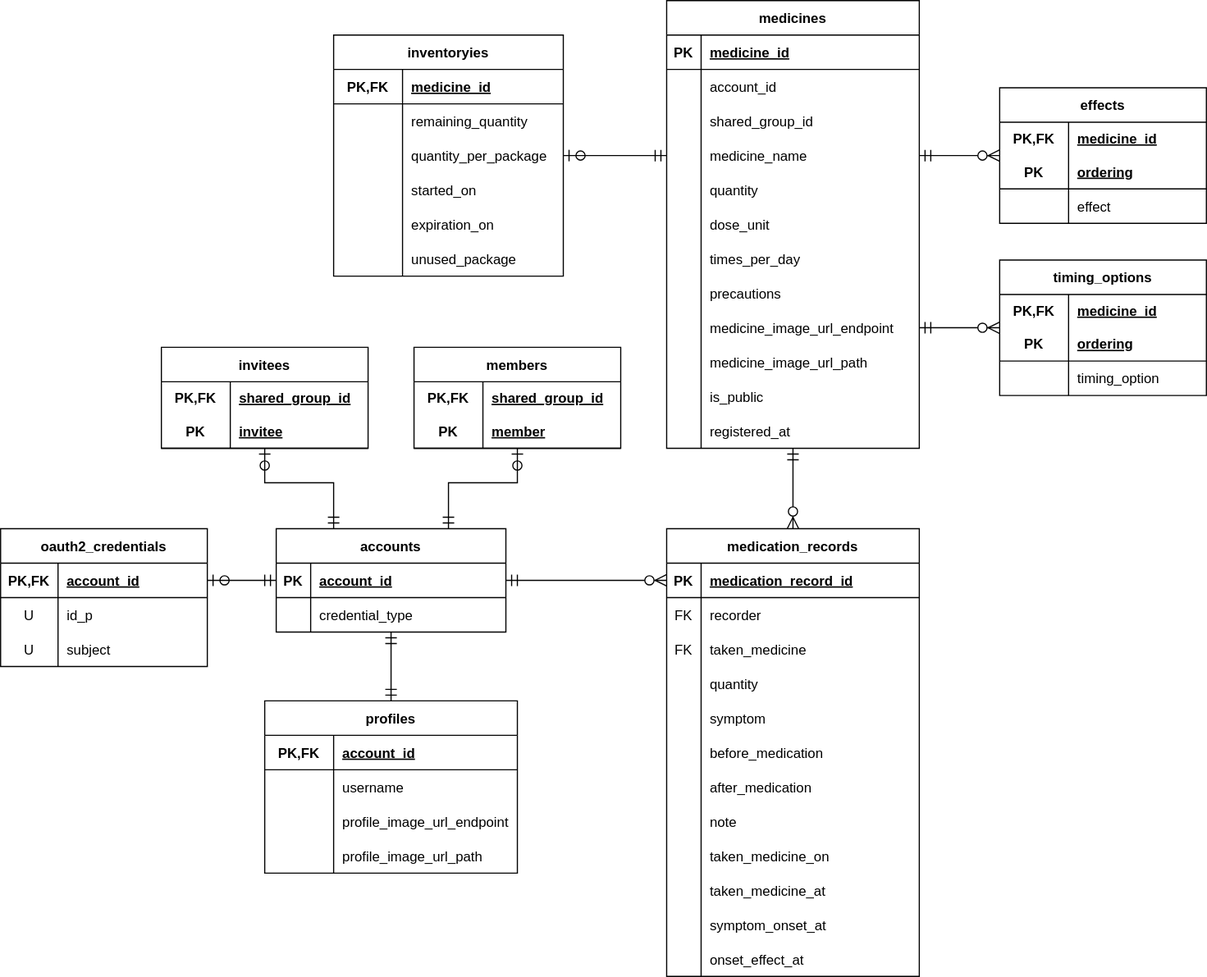
The draw.io diagram docs/er.svg in hiroe-mkk/medicine-diary-webapp, before a commit. Source tidied: cells renumbered, new cells last; positions are measured from the earlier drawing's top-left corner, leaving out a move shared by most shapes.
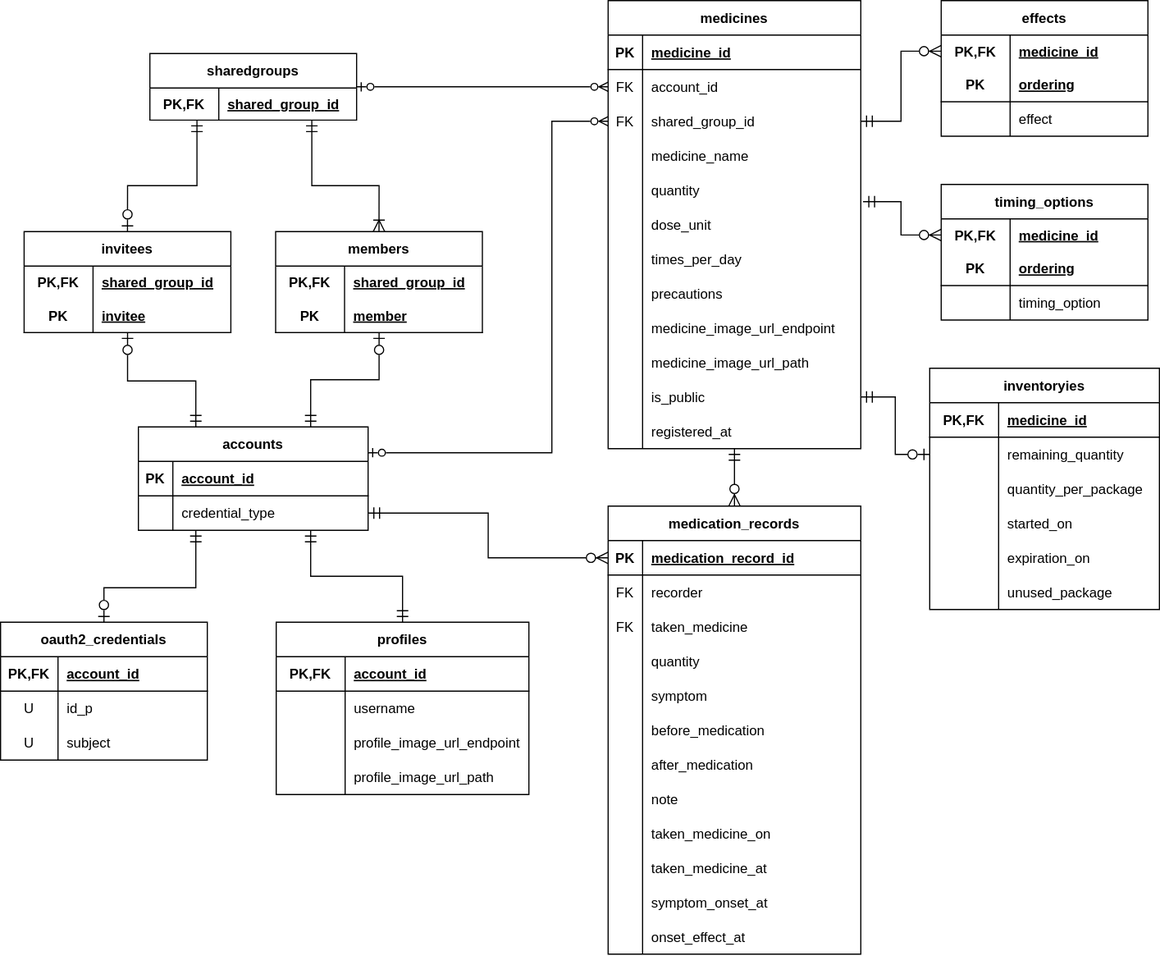
The same diagram one commit later.

What changed in the source:
```diff
@@ -2,11 +2,16 @@
   <root>
     <mxCell id="0" />
     <mxCell id="1" parent="0" />
-    <mxCell id="2" style="rounded=0;jettySize=auto;html=1;endFill=0;endArrow=ERmandOne;endSize=8;startFill=0;startArrow=ERzeroToOne;startSize=8;entryX=0;entryY=0.5;entryDx=0;entryDy=0;exitX=1;exitY=0.5;exitDx=0;exitDy=0;" parent="1" edge="1" source="130" target="4">
-      <mxGeometry relative="1" as="geometry" />
+    <mxCell id="2" style="rounded=0;jettySize=auto;html=1;endFill=0;endArrow=ERmandOne;endSize=8;startFill=0;startArrow=ERzeroToOne;startSize=8;exitX=0.5;exitY=0;exitDx=0;exitDy=0;edgeStyle=orthogonalEdgeStyle;" parent="1" edge="1" source="129" target="3">
+      <mxGeometry relative="1" as="geometry">
+        <Array as="points">
+          <mxPoint x="101" y="531" />
+          <mxPoint x="181" y="531" />
+        </Array>
+      </mxGeometry>
     </mxCell>
     <mxCell id="3" value="accounts" style="shape=table;startSize=30;rowLines=0;fontStyle=1;align=center;" parent="1" vertex="1">
-      <mxGeometry x="240" y="460" width="200" height="90" as="geometry" />
+      <mxGeometry x="131" y="391" width="200" height="90" as="geometry" />
     </mxCell>
     <mxCell id="4" style="shape=partialRectangle;fillColor=none;top=0;left=0;bottom=1;right=0;points=[[0,0.5],[1,0.5]];portConstraint=eastwest;" parent="3" vertex="1">
       <mxGeometry y="30" width="200" height="30" as="geometry" />
@@ -30,7 +35,7 @@
       <mxGeometry relative="1" as="geometry" />
     </mxCell>
     <mxCell id="11" value="medicines" style="shape=table;startSize=30;rowLines=0;fontStyle=1;align=center;" parent="1" vertex="1">
-      <mxGeometry x="580" width="220" height="390" as="geometry" />
+      <mxGeometry x="540" y="20" width="220" height="390" as="geometry" />
     </mxCell>
     <mxCell id="12" style="shape=partialRectangle;fillColor=none;top=0;left=0;bottom=1;right=0;" parent="11" vertex="1">
       <mxGeometry y="30" width="220" height="30" as="geometry" />
@@ -44,7 +49,7 @@
     <mxCell id="15" style="shape=partialRectangle;fillColor=none;top=0;left=0;bottom=0;right=0;points=[[0,0.5],[1,0.5]];portConstraint=eastwest;" parent="11" vertex="1">
       <mxGeometry y="60" width="220" height="30" as="geometry" />
     </mxCell>
-    <mxCell id="16" style="shape=partialRectangle;fillColor=none;top=0;left=0;bottom=0;right=0;overflow=hidden;" parent="15" vertex="1">
+    <mxCell id="16" value="FK" style="shape=partialRectangle;fillColor=none;top=0;left=0;bottom=0;right=0;overflow=hidden;fontStyle=0;" parent="15" vertex="1">
       <mxGeometry width="30" height="30" as="geometry" />
     </mxCell>
     <mxCell id="17" value="account_id" style="shape=partialRectangle;fillColor=none;top=0;left=0;bottom=0;right=0;align=left;spacingLeft=6;overflow=hidden;" parent="15" vertex="1">
@@ -53,7 +58,7 @@
     <mxCell id="18" style="shape=partialRectangle;fillColor=none;top=0;left=0;bottom=0;right=0;points=[[0,0.5],[1,0.5]];portConstraint=eastwest;" parent="11" vertex="1">
       <mxGeometry y="90" width="220" height="30" as="geometry" />
     </mxCell>
-    <mxCell id="19" style="shape=partialRectangle;fillColor=none;top=0;left=0;bottom=0;right=0;fontStyle=0;overflow=hidden;" parent="18" vertex="1">
+    <mxCell id="19" value="FK" style="shape=partialRectangle;fillColor=none;top=0;left=0;bottom=0;right=0;fontStyle=0;overflow=hidden;" parent="18" vertex="1">
       <mxGeometry width="30" height="30" as="geometry" />
     </mxCell>
     <mxCell id="20" value="shared_group_id" style="shape=partialRectangle;fillColor=none;top=0;left=0;bottom=0;right=0;align=left;spacingLeft=6;fontStyle=0;overflow=hidden;" parent="18" vertex="1">
@@ -141,7 +146,7 @@
       <mxGeometry x="30" width="190" height="30" as="geometry" />
     </mxCell>
     <mxCell id="48" value="timing_options" style="shape=table;startSize=30;rowLines=0;fontStyle=1;align=center;" parent="1" vertex="1">
-      <mxGeometry x="870" y="226" width="180" height="118" as="geometry" />
+      <mxGeometry x="830" y="180" width="180" height="118" as="geometry" />
     </mxCell>
     <mxCell id="49" style="shape=partialRectangle;fillColor=none;top=0;left=0;bottom=0;right=0;points=[[0,0.5],[1,0.5]];portConstraint=eastwest;" parent="48" vertex="1">
       <mxGeometry y="30" width="180" height="28" as="geometry" />
@@ -170,14 +175,14 @@
     <mxCell id="57" value="timing_option" style="shape=partialRectangle;fillColor=none;top=0;left=0;bottom=0;right=0;align=left;spacingLeft=6;fontStyle=0;overflow=hidden;" parent="55" vertex="1">
       <mxGeometry x="60" width="120" height="30" as="geometry" />
     </mxCell>
-    <mxCell id="58" style="rounded=0;jettySize=auto;html=1;endFill=0;endArrow=ERmandOne;endSize=8;startFill=1;startArrow=ERzeroToMany;startSize=8;entryX=1;entryY=0.5;entryDx=0;entryDy=0;" parent="1" edge="1" source="48" target="36">
+    <mxCell id="58" style="rounded=0;jettySize=auto;html=1;endFill=0;endArrow=ERmandOne;endSize=8;startFill=1;startArrow=ERzeroToMany;startSize=8;exitX=0;exitY=0.5;exitDx=0;exitDy=0;edgeStyle=orthogonalEdgeStyle;entryX=1.009;entryY=-0.167;entryDx=0;entryDy=0;entryPerimeter=0;" parent="1" edge="1" source="49" target="27">
       <mxGeometry relative="1" as="geometry" />
     </mxCell>
-    <mxCell id="59" style="rounded=0;jettySize=auto;html=1;endFill=0;endArrow=ERmandOne;endSize=8;startFill=1;startArrow=ERzeroToMany;startSize=8;entryX=1;entryY=0.5;entryDx=0;entryDy=0;" parent="1" edge="1" source="97" target="21">
+    <mxCell id="59" style="rounded=0;jettySize=auto;html=1;endFill=0;endArrow=ERmandOne;endSize=8;startFill=1;startArrow=ERzeroToMany;startSize=8;exitX=0;exitY=0.5;exitDx=0;exitDy=0;edgeStyle=orthogonalEdgeStyle;entryX=1;entryY=0.5;entryDx=0;entryDy=0;" parent="1" edge="1" source="98" target="18">
       <mxGeometry relative="1" as="geometry" />
     </mxCell>
     <mxCell id="60" value="medication_records" style="shape=table;startSize=30;rowLines=0;fontStyle=1;align=center;" parent="1" vertex="1">
-      <mxGeometry x="580" y="460" width="220" height="390" as="geometry" />
+      <mxGeometry x="540" y="460" width="220" height="390" as="geometry" />
     </mxCell>
     <mxCell id="61" style="shape=partialRectangle;fillColor=none;top=0;left=0;bottom=1;right=0;points=[[0,0.5],[1,0.5]];portConstraint=eastwest;" parent="60" vertex="1">
       <mxGeometry y="30" width="220" height="30" as="geometry" />
@@ -288,7 +293,7 @@
       <mxGeometry x="30" width="190" height="30" as="geometry" />
     </mxCell>
     <mxCell id="97" value="effects" style="shape=table;startSize=30;rowLines=0;fontStyle=1;align=center;" parent="1" vertex="1">
-      <mxGeometry x="870" y="76" width="180" height="118" as="geometry" />
+      <mxGeometry x="830" y="20" width="180" height="118" as="geometry" />
     </mxCell>
     <mxCell id="98" style="shape=partialRectangle;fillColor=none;top=0;left=0;bottom=0;right=0;points=[[0,0.5],[1,0.5]];portConstraint=eastwest;" parent="97" vertex="1">
       <mxGeometry y="30" width="180" height="28" as="geometry" />
@@ -317,11 +322,16 @@
     <mxCell id="106" value="effect" style="shape=partialRectangle;fillColor=none;top=0;left=0;bottom=0;right=0;align=left;spacingLeft=6;fontStyle=0;overflow=hidden;" parent="104" vertex="1">
       <mxGeometry x="60" width="120" height="30" as="geometry" />
     </mxCell>
-    <mxCell id="107" style="rounded=0;jettySize=auto;html=1;endFill=0;endArrow=ERmandOne;endSize=8;startFill=0;startArrow=ERmandOne;startSize=8;exitX=0.5;exitY=0;exitDx=0;exitDy=0;" parent="1" edge="1" source="108" target="3">
-      <mxGeometry relative="1" as="geometry" />
+    <mxCell id="107" style="rounded=0;jettySize=auto;html=1;endFill=0;endArrow=ERmandOne;endSize=8;startFill=0;startArrow=ERmandOne;startSize=8;exitX=0.5;exitY=0;exitDx=0;exitDy=0;edgeStyle=orthogonalEdgeStyle;" parent="1" edge="1" source="108" target="3">
+      <mxGeometry relative="1" as="geometry">
+        <Array as="points">
+          <mxPoint x="361" y="521" />
+          <mxPoint x="281" y="521" />
+        </Array>
+      </mxGeometry>
     </mxCell>
     <mxCell id="108" value="profiles" style="shape=table;startSize=30;rowLines=0;fontStyle=1;align=center;" parent="1" vertex="1">
-      <mxGeometry x="230" y="610" width="220" height="150" as="geometry" />
+      <mxGeometry x="251" y="561" width="220" height="150" as="geometry" />
     </mxCell>
     <mxCell id="109" style="shape=partialRectangle;fillColor=none;top=0;left=0;bottom=1;right=0;" parent="108" vertex="1">
       <mxGeometry y="30" width="220" height="30" as="geometry" />
@@ -359,16 +369,11 @@
     <mxCell id="120" value="profile_image_url_path" style="shape=partialRectangle;fillColor=none;top=0;left=0;bottom=0;right=0;align=left;spacingLeft=6;overflow=hidden;labelBackgroundColor=none;" parent="118" vertex="1">
       <mxGeometry x="60" width="160" height="30" as="geometry" />
     </mxCell>
-    <mxCell id="121" style="edgeStyle=orthogonalEdgeStyle;rounded=0;jettySize=auto;html=1;entryX=0.75;entryY=0;entryDx=0;entryDy=0;endFill=0;endArrow=ERmandOne;endSize=8;startFill=0;startArrow=ERzeroToOne;startSize=8;" parent="1" edge="1" source="122" target="3">
-      <mxGeometry relative="1" as="geometry">
-        <Array as="points">
-          <mxPoint x="450" y="420" />
-          <mxPoint x="390" y="420" />
-        </Array>
-      </mxGeometry>
+    <mxCell id="121" style="rounded=0;jettySize=auto;html=1;entryX=0.75;entryY=0;entryDx=0;entryDy=0;endFill=0;endArrow=ERmandOne;endSize=8;startFill=0;startArrow=ERzeroToOne;startSize=8;edgeStyle=orthogonalEdgeStyle;" parent="1" edge="1" source="122" target="3">
+      <mxGeometry relative="1" as="geometry" />
     </mxCell>
     <mxCell id="122" value="members" style="shape=table;startSize=30;rowLines=0;fontStyle=1;align=center;" parent="1" vertex="1">
-      <mxGeometry x="360" y="302" width="180" height="88" as="geometry" />
+      <mxGeometry x="250.5" y="221" width="180" height="88" as="geometry" />
     </mxCell>
     <mxCell id="123" style="shape=partialRectangle;fillColor=none;top=0;left=0;bottom=0;right=0;" parent="122" vertex="1">
       <mxGeometry y="30" width="180" height="28" as="geometry" />
@@ -389,7 +394,7 @@
       <mxGeometry x="60" width="120" height="30" as="geometry" />
     </mxCell>
     <mxCell id="129" value="oauth2_credentials" style="shape=table;startSize=30;rowLines=0;fontStyle=1;align=center;" parent="1" vertex="1">
-      <mxGeometry y="460" width="180" height="120" as="geometry" />
+      <mxGeometry x="11" y="561" width="180" height="120" as="geometry" />
     </mxCell>
     <mxCell id="130" style="shape=partialRectangle;fillColor=none;top=0;left=0;bottom=1;right=0;points=[[0,0.5],[1,0.5]];portConstraint=eastwest;" parent="129" vertex="1">
       <mxGeometry y="30" width="180" height="30" as="geometry" />
@@ -419,7 +424,7 @@
       <mxGeometry x="50" width="130" height="30" as="geometry" />
     </mxCell>
     <mxCell id="139" value="invitees" style="shape=table;startSize=30;rowLines=0;fontStyle=1;align=center;" parent="1" vertex="1">
-      <mxGeometry x="140" y="302" width="180" height="88" as="geometry" />
+      <mxGeometry x="31.5" y="221" width="180" height="88" as="geometry" />
     </mxCell>
     <mxCell id="140" style="shape=partialRectangle;fillColor=none;top=0;left=0;bottom=0;right=0;" parent="139" vertex="1">
       <mxGeometry y="30" width="180" height="28" as="geometry" />
@@ -442,16 +447,16 @@
     <mxCell id="146" style="edgeStyle=orthogonalEdgeStyle;rounded=0;jettySize=auto;html=1;entryX=0.25;entryY=0;entryDx=0;entryDy=0;endFill=0;endArrow=ERmandOne;endSize=8;startFill=0;startArrow=ERzeroToOne;startSize=8;" parent="1" edge="1" source="139" target="3">
       <mxGeometry relative="1" as="geometry">
         <Array as="points">
-          <mxPoint x="230" y="420" />
-          <mxPoint x="290" y="420" />
+          <mxPoint x="122" y="351" />
+          <mxPoint x="181" y="351" />
         </Array>
       </mxGeometry>
     </mxCell>
-    <mxCell id="147" style="edgeStyle=orthogonalEdgeStyle;rounded=0;jettySize=auto;html=1;endFill=0;endArrow=ERmandOne;endSize=8;startFill=1;startArrow=ERzeroToMany;startSize=8;exitX=0;exitY=0.5;exitDx=0;exitDy=0;" parent="1" edge="1" source="61" target="3">
+    <mxCell id="147" style="edgeStyle=orthogonalEdgeStyle;rounded=0;jettySize=auto;html=1;endFill=0;endArrow=ERmandOne;endSize=8;startFill=1;startArrow=ERzeroToMany;startSize=8;exitX=0;exitY=0.5;exitDx=0;exitDy=0;entryX=1;entryY=0.5;entryDx=0;entryDy=0;" parent="1" edge="1" source="61" target="7">
       <mxGeometry relative="1" as="geometry" />
     </mxCell>
     <mxCell id="148" value="inventoryies" style="shape=table;startSize=30;rowLines=0;fontStyle=1;align=center;" parent="1" vertex="1">
-      <mxGeometry x="290" y="30" width="200" height="210" as="geometry" />
+      <mxGeometry x="820" y="340" width="200" height="210" as="geometry" />
     </mxCell>
     <mxCell id="149" style="shape=partialRectangle;fillColor=none;top=0;left=0;bottom=1;right=0;" parent="148" vertex="1">
       <mxGeometry y="30" width="200" height="30" as="geometry" />
@@ -507,8 +512,47 @@
     <mxCell id="166" value="unused_package" style="shape=partialRectangle;fillColor=none;top=0;left=0;bottom=0;right=0;align=left;spacingLeft=6;overflow=hidden;" parent="164" vertex="1">
       <mxGeometry x="60" width="140" height="30" as="geometry" />
     </mxCell>
-    <mxCell id="167" style="edgeStyle=orthogonalEdgeStyle;rounded=0;jettySize=auto;html=1;entryX=0;entryY=0.5;entryDx=0;entryDy=0;endFill=0;endArrow=ERmandOne;endSize=8;startFill=0;startArrow=ERzeroToOne;startSize=8;exitX=1;exitY=0.5;exitDx=0;exitDy=0;" parent="1" edge="1" source="155" target="21">
+    <mxCell id="167" style="edgeStyle=orthogonalEdgeStyle;rounded=0;jettySize=auto;html=1;endFill=0;endArrow=ERmandOne;endSize=8;startFill=0;startArrow=ERzeroToOne;startSize=8;exitX=0;exitY=0.5;exitDx=0;exitDy=0;entryX=1;entryY=0.5;entryDx=0;entryDy=0;" parent="1" edge="1" source="152" target="42">
       <mxGeometry relative="1" as="geometry" />
     </mxCell>
+    <mxCell id="168" value="sharedgroups" style="shape=table;startSize=30;rowLines=0;fontStyle=1;align=center;" parent="1" vertex="1">
+      <mxGeometry x="141" y="66" width="180" height="58" as="geometry" />
+    </mxCell>
+    <mxCell id="169" style="shape=partialRectangle;fillColor=none;top=0;left=0;bottom=0;right=0;" parent="168" vertex="1">
+      <mxGeometry y="30" width="180" height="28" as="geometry" />
+    </mxCell>
+    <mxCell id="170" value="PK,FK" style="shape=partialRectangle;fillColor=none;top=0;left=0;bottom=0;right=0;fontStyle=1;overflow=hidden;" parent="169" vertex="1">
+      <mxGeometry width="60" height="28" as="geometry" />
+    </mxCell>
+    <mxCell id="171" value="shared_group_id" style="shape=partialRectangle;fillColor=none;top=0;left=0;bottom=0;right=0;align=left;spacingLeft=6;fontStyle=5;overflow=hidden;" parent="169" vertex="1">
+      <mxGeometry x="60" width="120" height="28" as="geometry" />
+    </mxCell>
+    <mxCell id="172" style="rounded=0;jettySize=auto;html=1;endFill=0;endArrow=ERmandOne;endSize=8;startFill=0;startArrow=ERzeroToOne;startSize=8;exitX=0.5;exitY=0;exitDx=0;exitDy=0;edgeStyle=orthogonalEdgeStyle;" parent="1" edge="1" source="139" target="168">
+      <mxGeometry relative="1" as="geometry">
+        <Array as="points">
+          <mxPoint x="122" y="181" />
+          <mxPoint x="182" y="181" />
+        </Array>
+      </mxGeometry>
+    </mxCell>
+    <mxCell id="173" style="rounded=0;jettySize=auto;html=1;endFill=0;endArrow=ERmandOne;endSize=8;startFill=0;startArrow=ERoneToMany;startSize=8;exitX=0.5;exitY=0;exitDx=0;exitDy=0;edgeStyle=orthogonalEdgeStyle;" parent="1" edge="1" source="122" target="168">
+      <mxGeometry relative="1" as="geometry">
+        <Array as="points">
+          <mxPoint x="341" y="181" />
+          <mxPoint x="282" y="181" />
+        </Array>
+      </mxGeometry>
+    </mxCell>
+    <mxCell id="174" style="edgeStyle=orthogonalEdgeStyle;rounded=0;jettySize=auto;html=1;endArrow=ERzeroToOne;endFill=0;startArrow=ERzeroToMany;startFill=0;" parent="1" edge="1" source="15" target="168">
+      <mxGeometry relative="1" as="geometry" />
+    </mxCell>
+    <mxCell id="175" style="edgeStyle=orthogonalEdgeStyle;rounded=0;jettySize=auto;html=1;entryX=1;entryY=0.25;entryDx=0;entryDy=0;startArrow=ERzeroToMany;startFill=0;endArrow=ERzeroToOne;endFill=0;" parent="1" edge="1" source="18" target="3">
+      <mxGeometry relative="1" as="geometry">
+        <Array as="points">
+          <mxPoint x="491" y="125" />
+          <mxPoint x="491" y="414" />
+        </Array>
+      </mxGeometry>
+    </mxCell>
   </root>
 </mxGraphModel>
```
